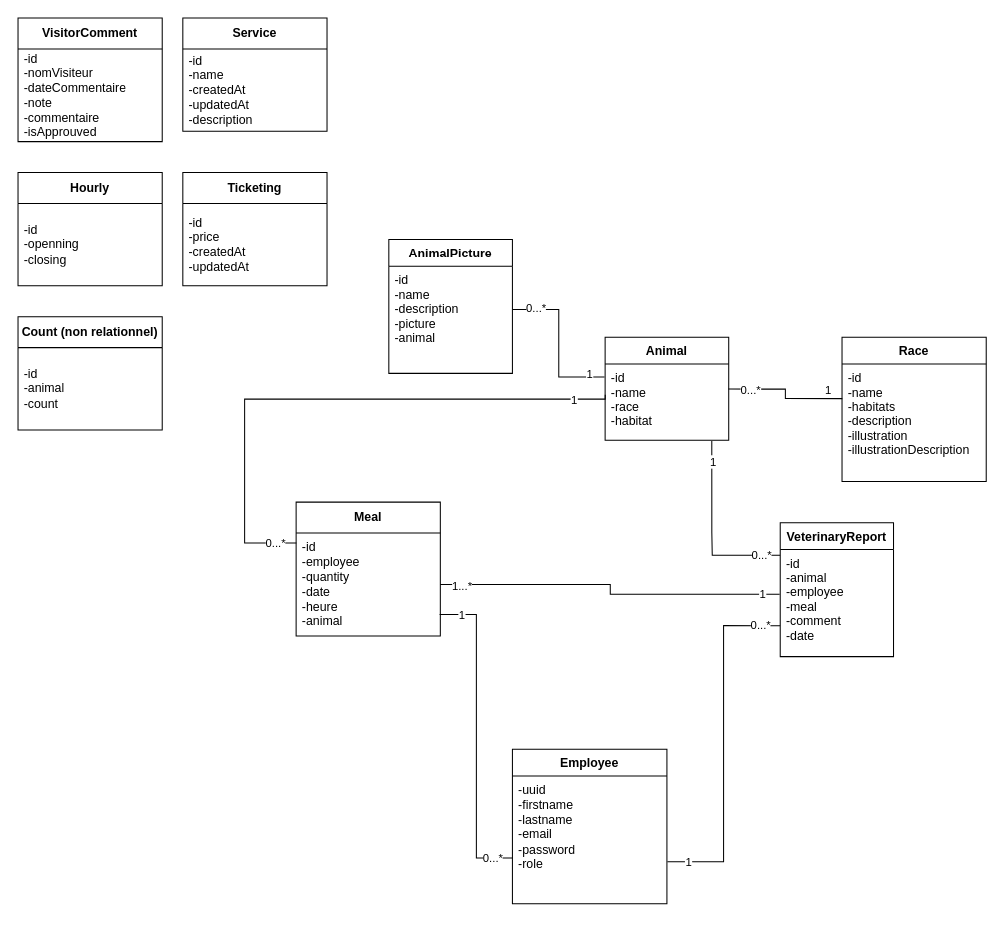
The draw.io diagram ECF - Zoo Arcadia - Diagramme de Classe.drawio in Maxence9113/Zoo-Arcadia, before the edit. Source tidied: cells renumbered, new cells numbered last; positions are measured from the earlier drawing's top-left corner, leaving out a move shared by most shapes. Both pictures are drawn from the tidied source at 103%, with x=0, y=0 at pixel (18, 18).
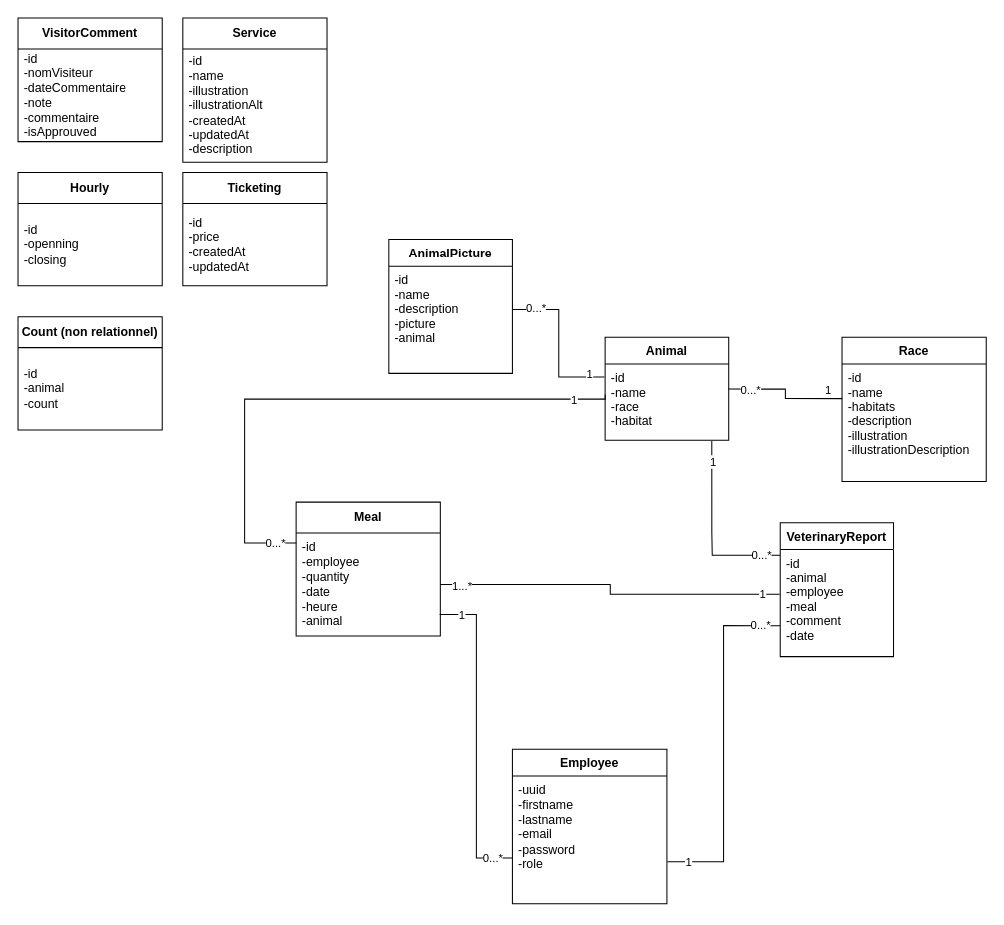
After the change.

Commit message:
Mettre à jour ECF - Zoo Arcadia - Diagramme de Classe.drawio

What changed in the source:
```diff
@@
     <mxCell id="11" value="&lt;b&gt;Service&lt;/b&gt;" style="swimlane;fontStyle=0;horizontal=1;startSize=30;whiteSpace=wrap;html=1;" parent="1" vertex="1">
-      <mxGeometry x="160" width="140" height="110" as="geometry" />
+      <mxGeometry x="160" width="140" height="140" as="geometry" />
     </mxCell>
-    <mxCell id="12" value="-id&lt;div&gt;-name&lt;/div&gt;&lt;div&gt;-createdAt&lt;/div&gt;&lt;div&gt;-updatedAt&lt;/div&gt;&lt;div&gt;-description&lt;/div&gt;" style="text;strokeColor=none;fillColor=none;align=left;verticalAlign=middle;spacingLeft=4;spacingRight=4;overflow=hidden;whiteSpace=wrap;html=1;" parent="11" vertex="1">
-      <mxGeometry y="30" width="140" height="80" as="geometry" />
+    <mxCell id="12" value="-id&lt;div&gt;-name&lt;/div&gt;&lt;div&gt;-illustration&lt;/div&gt;&lt;div&gt;-illustrationAlt&lt;/div&gt;&lt;div&gt;-createdAt&lt;/div&gt;&lt;div&gt;-updatedAt&lt;/div&gt;&lt;div&gt;-description&lt;/div&gt;" style="text;strokeColor=none;fillColor=none;align=left;verticalAlign=middle;spacingLeft=4;spacingRight=4;overflow=hidden;whiteSpace=wrap;html=1;" parent="11" vertex="1">
+      <mxGeometry y="30" width="140" height="110" as="geometry" />
     </mxCell>
```
